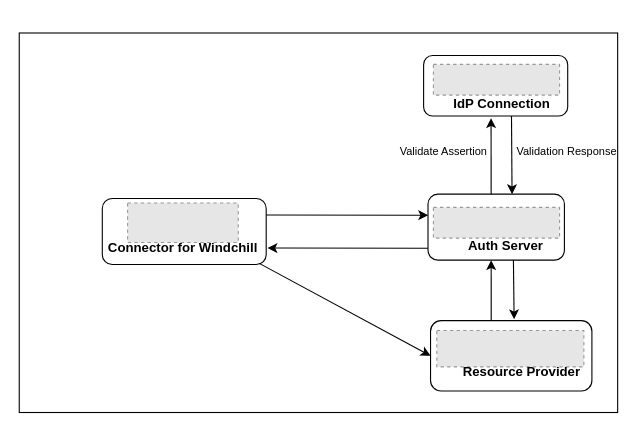
Before: Untitled Diagram.drawio in rohitgaikwad09/SAML, a draw.io diagram. Source tidied: cells renumbered, new cells numbered last; positions are measured from the earlier drawing's top-left corner, leaving out a move shared by most shapes. Both pictures are drawn from the tidied source at 110%, with x=0, y=0 at pixel (19, 33). Pictures stored in the file or linked from it are replaced by grey dashed boxes.
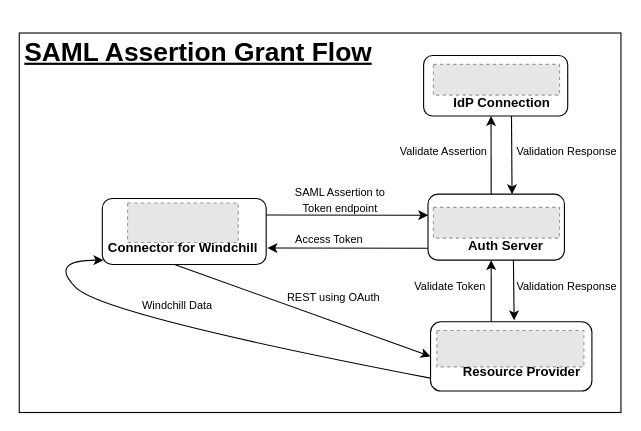
After the change.

The change refers to these unchanged cells:
```xml
<mxCell id="14" value="&lt;b&gt;&lt;font style=&quot;font-size: 12px;&quot;&gt;Connector for Windchill&lt;/font&gt;&lt;/b&gt;" style="text;html=1;strokeColor=none;fillColor=none;align=center;verticalAlign=middle;whiteSpace=wrap;rounded=0;" parent="1" vertex="1">
  <mxGeometry x="72" y="180" width="153.7" height="30" as="geometry" />
</mxCell>
```

The edit, as a diff of the source:
```diff
@@
     <mxCell id="2" style="rounded=0;whiteSpace=wrap;html=1;" parent="1" vertex="1">
-      <mxGeometry y="-0.5" width="544" height="345" as="geometry" />
+      <mxGeometry y="-0.5" width="547" height="345" as="geometry" />
     </mxCell>
@@
     <mxCell id="4" style="rounded=1;whiteSpace=wrap;html=1;" parent="1" vertex="1">
-      <mxGeometry x="373.9" y="261" width="146.7" height="64" as="geometry" />
+      <mxGeometry x="373.9" y="262" width="146.7" height="63" as="geometry" />
     </mxCell>
@@
     <mxCell id="11" value="&lt;b&gt;&lt;font style=&quot;font-size: 12px;&quot;&gt;IdP Connection&lt;/font&gt;&lt;/b&gt;" style="text;html=1;strokeColor=none;fillColor=none;align=center;verticalAlign=middle;whiteSpace=wrap;rounded=0;" parent="1" vertex="1">
-      <mxGeometry x="361.6" y="49" width="153.7" height="30" as="geometry" />
+      <mxGeometry x="361.6" y="49" width="153.7" height="28" as="geometry" />
     </mxCell>
@@
-    <mxCell id="17" style="endArrow=classic;html=1;rounded=0;exitX=0.951;exitY=0.964;exitDx=0;exitDy=0;entryX=0;entryY=0.5;entryDx=0;entryDy=0;exitPerimeter=0;" parent="1" edge="1" source="14" target="4">
+    <mxCell id="17" style="endArrow=classic;html=1;rounded=0;entryX=0;entryY=0.5;entryDx=0;entryDy=0;exitX=0.45;exitY=0.997;exitDx=0;exitDy=0;exitPerimeter=0;" parent="1" edge="1" source="14" target="4">
       <mxGeometry relative="1" as="geometry" />
     </mxCell>
@@
+    <mxCell id="24" value="&lt;font style=&quot;font-size: 10px;&quot;&gt;Validate Token&lt;/font&gt;" style="text;html=1;strokeColor=none;fillColor=none;align=center;verticalAlign=middle;whiteSpace=wrap;rounded=0;" parent="1" vertex="1">
+      <mxGeometry x="342" y="215" width="100" height="30" as="geometry" />
+    </mxCell>
+    <mxCell id="25" value="&lt;font style=&quot;font-size: 10px;&quot;&gt;Validation Response&lt;/font&gt;" style="text;html=1;strokeColor=none;fillColor=none;align=center;verticalAlign=middle;whiteSpace=wrap;rounded=0;" parent="1" vertex="1">
+      <mxGeometry x="448" y="215" width="100" height="30" as="geometry" />
+    </mxCell>
+    <mxCell id="26" value="&lt;font style=&quot;font-size: 10px;&quot;&gt;SAML Assertion to Token endpoint&lt;/font&gt;" style="text;html=1;strokeColor=none;fillColor=none;align=center;verticalAlign=middle;whiteSpace=wrap;rounded=0;" parent="1" vertex="1">
+      <mxGeometry x="242" y="136" width="100" height="30" as="geometry" />
+    </mxCell>
+    <mxCell id="27" value="&lt;font style=&quot;font-size: 10px;&quot;&gt;Access Token&lt;/font&gt;" style="text;html=1;strokeColor=none;fillColor=none;align=center;verticalAlign=middle;whiteSpace=wrap;rounded=0;" parent="1" vertex="1">
+      <mxGeometry x="232" y="172" width="100" height="30" as="geometry" />
+    </mxCell>
+    <mxCell id="28" value="&lt;font style=&quot;font-size: 10px;&quot;&gt;REST using OAuth&lt;/font&gt;" style="text;html=1;strokeColor=none;fillColor=none;align=center;verticalAlign=middle;whiteSpace=wrap;rounded=0;" parent="1" vertex="1">
+      <mxGeometry x="236" y="225" width="100" height="30" as="geometry" />
+    </mxCell>
+    <mxCell id="29" style="curved=1;endArrow=classic;html=1;rounded=0;exitX=-0.001;exitY=0.813;exitDx=0;exitDy=0;exitPerimeter=0;" parent="1" edge="1" source="4">
+      <mxGeometry relative="1" as="geometry">
+        <mxPoint x="76.5" y="206" as="targetPoint" />
+        <Array as="points">
+          <mxPoint x="76.5" y="256" />
+          <mxPoint x="26.5" y="206" />
+        </Array>
+      </mxGeometry>
+    </mxCell>
+    <mxCell id="30" value="&lt;font style=&quot;font-size: 10px;&quot;&gt;Windchill Data&lt;/font&gt;" style="text;html=1;strokeColor=none;fillColor=none;align=center;verticalAlign=middle;whiteSpace=wrap;rounded=0;" parent="1" vertex="1">
+      <mxGeometry x="94" y="232" width="100" height="30" as="geometry" />
+    </mxCell>
+    <mxCell id="31" value="&lt;h1&gt;&lt;span style=&quot;background-color: initial;&quot;&gt;&lt;u&gt;SAML Assertion Grant Flow&lt;/u&gt;&lt;/span&gt;&lt;br&gt;&lt;/h1&gt;" style="text;html=1;strokeColor=none;fillColor=none;spacing=5;spacingTop=-20;whiteSpace=wrap;overflow=hidden;rounded=0;" parent="1" vertex="1">
+      <mxGeometry y="-3" width="336" height="120" as="geometry" />
+    </mxCell>
```
